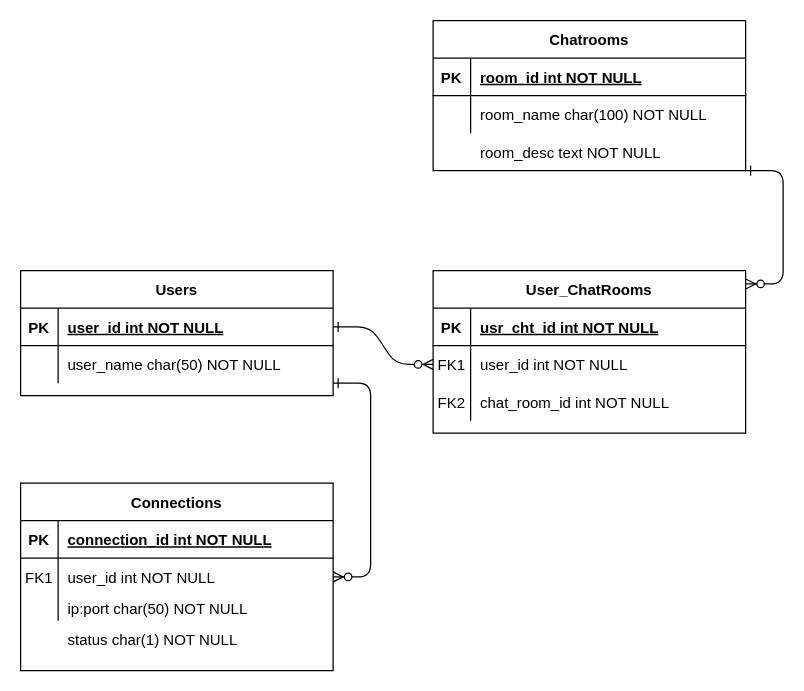
Above: db/design/er_diagram.drawio in rajatmehta1/messenga (draw.io), before the change. Source tidied: cells renumbered, new cells numbered last; positions are measured from the earlier drawing's top-left corner, leaving out a move shared by most shapes. Both pictures are drawn from the tidied source at 125%, with x=0, y=0 at pixel (20, 20).
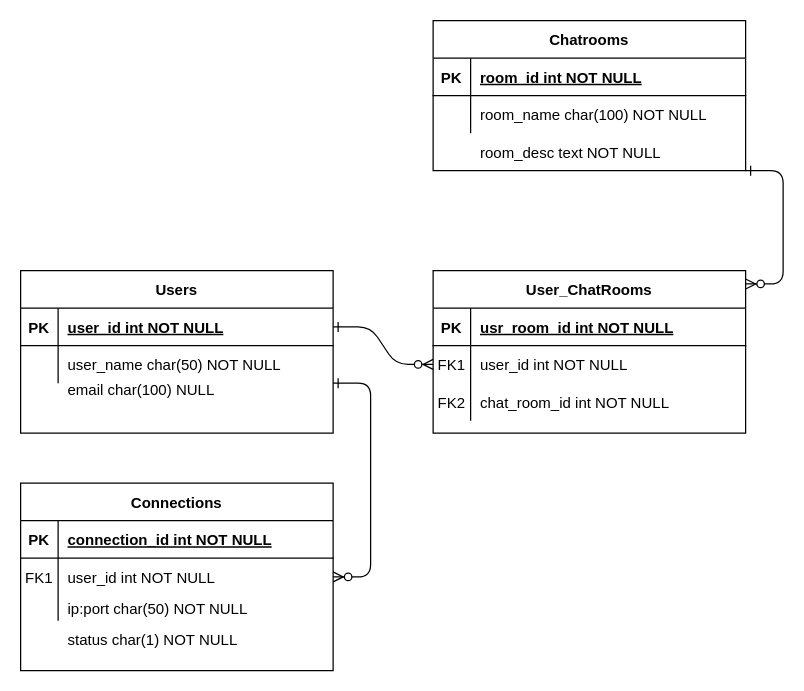
Above is the later version.

The change refers to these unchanged cells:
```xml
<mxCell id="4" style="shape=partialRectangle;fillColor=none;top=0;left=0;right=0;bottom=1;" parent="3" vertex="1">
  <mxGeometry y="30" width="250" height="30" as="geometry" />
</mxCell>
```

The edit, as a diff of the source:
```diff
@@
-    <mxCell id="6" value="usr_cht_id int NOT NULL " style="shape=partialRectangle;overflow=hidden;fillColor=none;top=0;left=0;bottom=0;right=0;align=left;spacingLeft=6;fontStyle=5;" parent="4" vertex="1">
+    <mxCell id="6" value="usr_room_id int NOT NULL " style="shape=partialRectangle;overflow=hidden;fillColor=none;top=0;left=0;bottom=0;right=0;align=left;spacingLeft=6;fontStyle=5;" parent="4" vertex="1">
       <mxGeometry x="30" width="220" height="30" as="geometry" />
     </mxCell>
@@
     <mxCell id="23" value="Users" style="shape=table;startSize=30;childLayout=tableLayout;rowLines=0;fontStyle=1;align=center;" parent="1" vertex="1">
-      <mxGeometry y="200" width="250" height="100" as="geometry" />
+      <mxGeometry y="200" width="250" height="130" as="geometry" />
     </mxCell>
@@
+    <mxCell id="42" value="email char(100) NULL" style="shape=partialRectangle;overflow=hidden;fillColor=none;top=0;left=0;bottom=0;right=0;align=left;spacingLeft=6;" parent="1" vertex="1">
+      <mxGeometry x="30" y="280" width="220" height="30" as="geometry" />
+    </mxCell>
```
